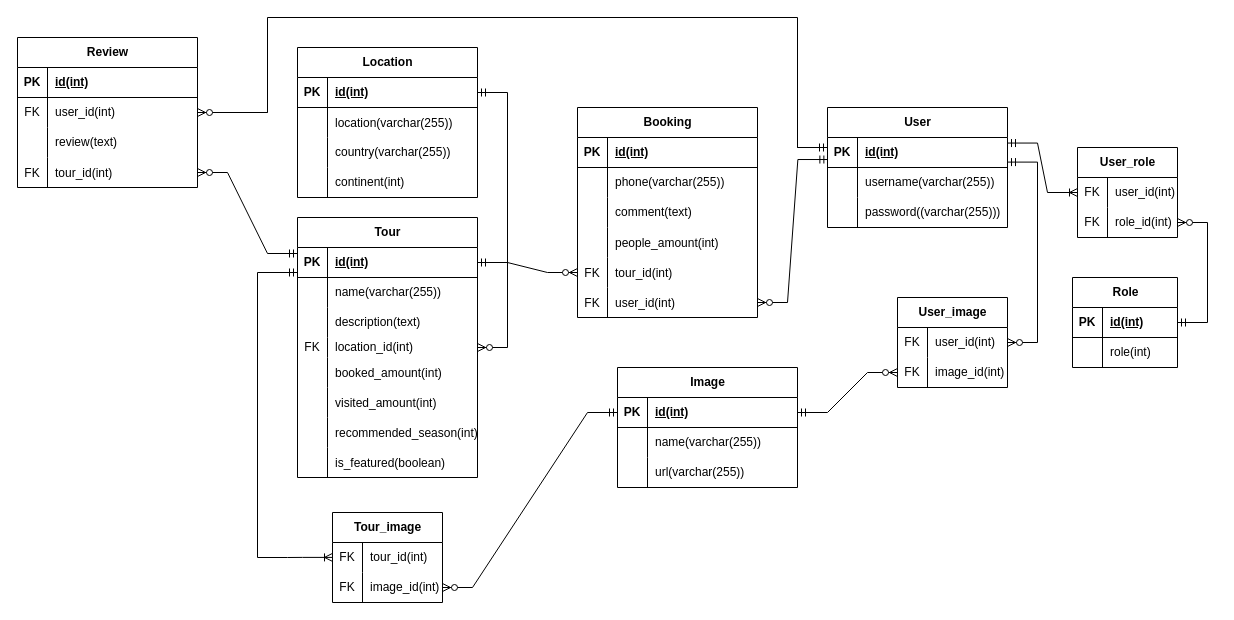
nastenka-ooops/Adventura keeps this draw.io diagram as diagrams/ERD.drawio. Above is the earlier version. Source tidied: cells renumbered, new cells numbered last; positions are measured from the earlier drawing's top-left corner, leaving out a move shared by most shapes. Both pictures are drawn from the tidied source at 100%, with x=0, y=0 at pixel (-43, 17).
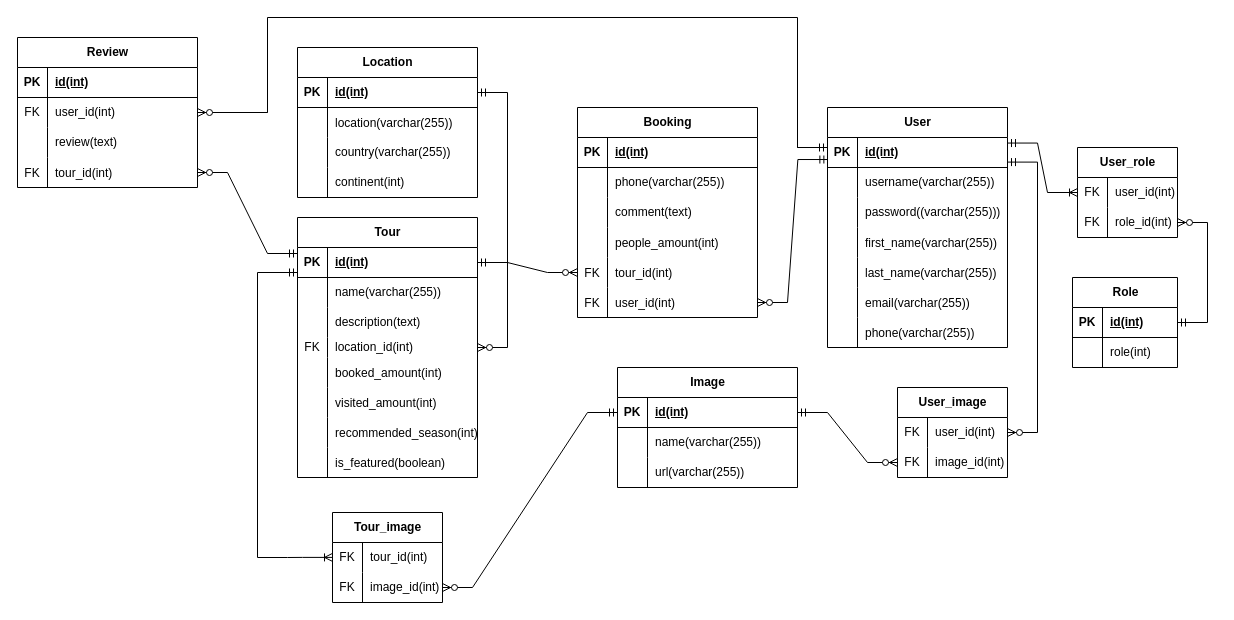
After the change.

Change to the diagram source:
```diff
@@
     <mxCell id="82" value="User" style="shape=table;startSize=30;childLayout=tableLayout;rowLines=0;fontStyle=1;align=center;html=1;" parent="1" vertex="1">
-      <mxGeometry x="870" y="90" width="180" height="120" as="geometry" />
+      <mxGeometry x="870" y="90" width="180" height="240" as="geometry" />
     </mxCell>
@@
+    <mxCell id="135" style="shape=tableRow;horizontal=0;startSize=0;swimlaneHead=0;swimlaneBody=0;fillColor=none;top=0;left=0;right=0;bottom=0;" parent="82" vertex="1">
+      <mxGeometry y="120" width="180" height="30" as="geometry" />
+    </mxCell>
+    <mxCell id="136" style="shape=partialRectangle;fillColor=none;top=0;left=0;bottom=0;right=0;overflow=hidden;" parent="135" vertex="1">
+      <mxGeometry width="30" height="30" as="geometry" />
+    </mxCell>
+    <mxCell id="137" value="first_name(varchar(255))" style="shape=partialRectangle;fillColor=none;top=0;left=0;bottom=0;right=0;align=left;spacingLeft=6;overflow=hidden;" parent="135" vertex="1">
+      <mxGeometry x="30" width="150" height="30" as="geometry" />
+    </mxCell>
+    <mxCell id="138" style="shape=tableRow;horizontal=0;startSize=0;swimlaneHead=0;swimlaneBody=0;fillColor=none;top=0;left=0;right=0;bottom=0;" parent="82" vertex="1">
+      <mxGeometry y="150" width="180" height="30" as="geometry" />
+    </mxCell>
+    <mxCell id="139" style="shape=partialRectangle;fillColor=none;top=0;left=0;bottom=0;right=0;overflow=hidden;" parent="138" vertex="1">
+      <mxGeometry width="30" height="30" as="geometry" />
+    </mxCell>
+    <mxCell id="140" value="last_name(varchar(255))" style="shape=partialRectangle;fillColor=none;top=0;left=0;bottom=0;right=0;align=left;spacingLeft=6;overflow=hidden;" parent="138" vertex="1">
+      <mxGeometry x="30" width="150" height="30" as="geometry" />
+    </mxCell>
+    <mxCell id="141" style="shape=tableRow;horizontal=0;startSize=0;swimlaneHead=0;swimlaneBody=0;fillColor=none;top=0;left=0;right=0;bottom=0;" parent="82" vertex="1">
+      <mxGeometry y="180" width="180" height="30" as="geometry" />
+    </mxCell>
+    <mxCell id="142" style="shape=partialRectangle;fillColor=none;top=0;left=0;bottom=0;right=0;overflow=hidden;" parent="141" vertex="1">
+      <mxGeometry width="30" height="30" as="geometry" />
+    </mxCell>
+    <mxCell id="143" value="email(varchar(255))" style="shape=partialRectangle;fillColor=none;top=0;left=0;bottom=0;right=0;align=left;spacingLeft=6;overflow=hidden;" parent="141" vertex="1">
+      <mxGeometry x="30" width="150" height="30" as="geometry" />
+    </mxCell>
+    <mxCell id="144" style="shape=tableRow;horizontal=0;startSize=0;swimlaneHead=0;swimlaneBody=0;fillColor=none;top=0;left=0;right=0;bottom=0;" parent="82" vertex="1">
+      <mxGeometry y="210" width="180" height="30" as="geometry" />
+    </mxCell>
+    <mxCell id="145" style="shape=partialRectangle;fillColor=none;top=0;left=0;bottom=0;right=0;overflow=hidden;" parent="144" vertex="1">
+      <mxGeometry width="30" height="30" as="geometry" />
+    </mxCell>
+    <mxCell id="146" value="phone(varchar(255))" style="shape=partialRectangle;fillColor=none;top=0;left=0;bottom=0;right=0;align=left;spacingLeft=6;overflow=hidden;" parent="144" vertex="1">
+      <mxGeometry x="30" width="150" height="30" as="geometry" />
+    </mxCell>
@@
     <mxCell id="126" value="User_image" style="shape=table;startSize=30;childLayout=tableLayout;rowLines=0;fontStyle=1;align=center;html=1;" parent="1" vertex="1">
-      <mxGeometry x="940" y="280" width="110" height="90" as="geometry" />
+      <mxGeometry x="940" y="370" width="110" height="90" as="geometry" />
     </mxCell>
```
